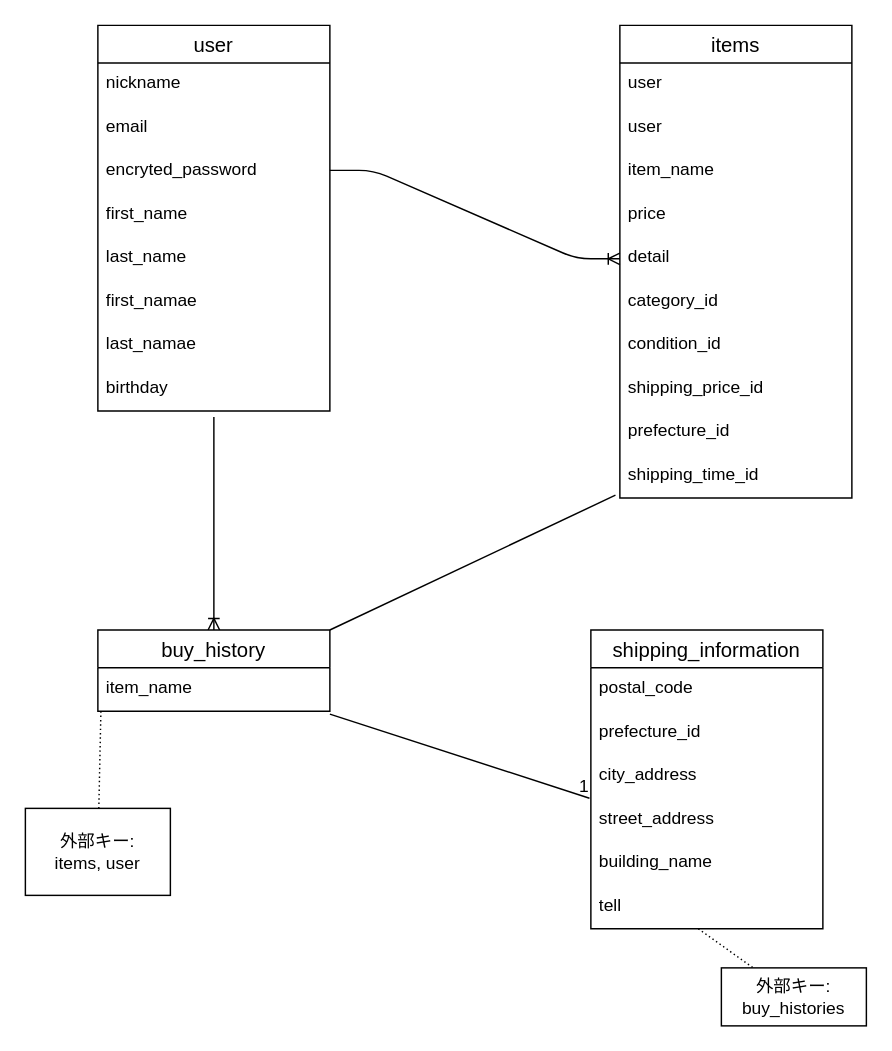
This is furima-39595.dio from Natsuki-1004/furima-39595, a draw.io file, before an edit. Source tidied: cells renumbered, new cells numbered last; positions are measured from the earlier drawing's top-left corner, leaving out a move shared by most shapes. Both pictures are drawn from the tidied source at 145%, with x=0, y=0 at pixel (25, 25).
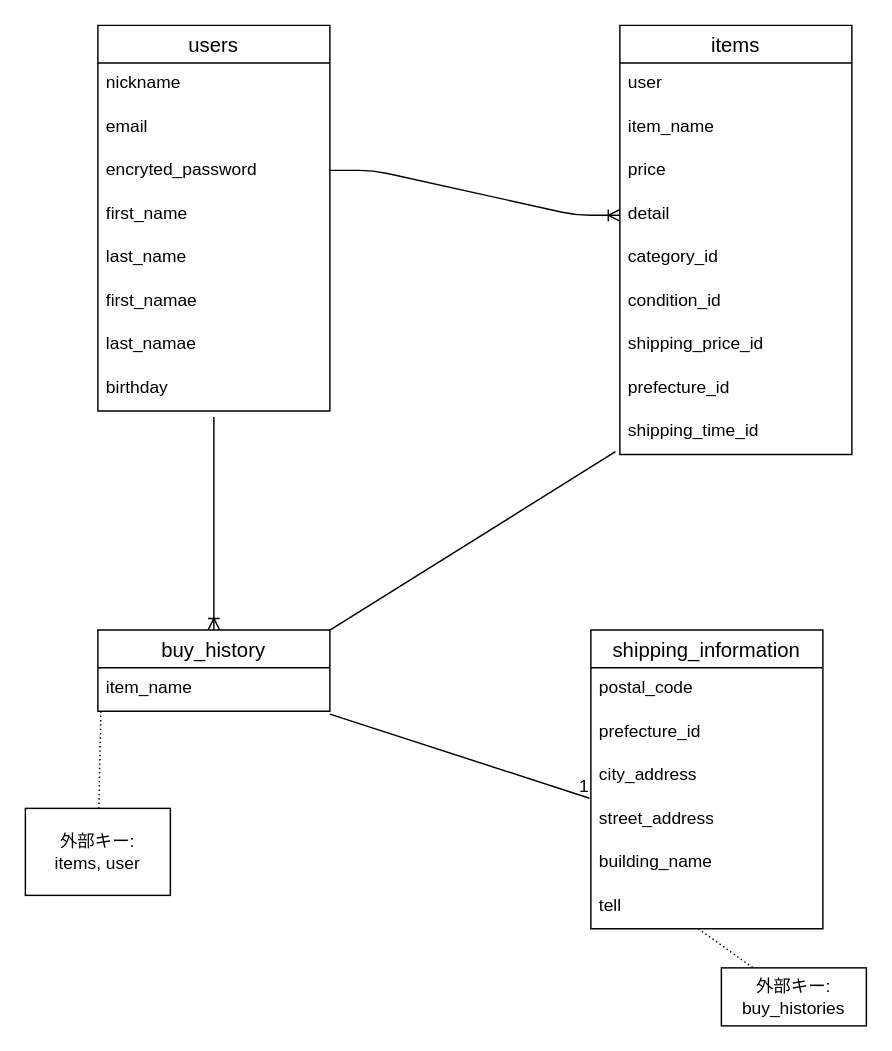
The same diagram, later.

Change to the diagram source:
```diff
@@
-    <mxCell id="2" value="user" style="swimlane;fontStyle=0;horizontal=1;startSize=26;align=center;fontSize=14;" parent="1" vertex="1">
+    <mxCell id="2" value="users" style="swimlane;fontStyle=0;horizontal=1;startSize=26;align=center;fontSize=14;" parent="1" vertex="1">
       <mxGeometry x="50" width="160" height="266" as="geometry" />
     </mxCell>
@@
     <mxCell id="12" value="items" style="swimlane;fontStyle=0;horizontal=1;startSize=26;align=center;fontSize=14;" parent="1" vertex="1">
-      <mxGeometry x="410" width="160" height="326" as="geometry" />
+      <mxGeometry x="410" width="160" height="296" as="geometry" />
     </mxCell>
@@
-    <mxCell id="14" value="user&#10;" style="text;strokeColor=none;fillColor=none;spacingLeft=4;spacingRight=4;overflow=hidden;fontSize=12;" parent="12" vertex="1">
-      <mxGeometry y="56" width="160" height="30" as="geometry" />
-    </mxCell>
     <mxCell id="15" value="item_name" style="text;strokeColor=none;fillColor=none;spacingLeft=4;spacingRight=4;overflow=hidden;fontSize=12;" parent="12" vertex="1">
-      <mxGeometry y="86" width="160" height="30" as="geometry" />
+      <mxGeometry y="56" width="160" height="30" as="geometry" />
     </mxCell>
     <mxCell id="16" value="price" style="text;strokeColor=none;fillColor=none;spacingLeft=4;spacingRight=4;overflow=hidden;fontSize=12;" parent="12" vertex="1">
-      <mxGeometry y="116" width="160" height="30" as="geometry" />
+      <mxGeometry y="86" width="160" height="30" as="geometry" />
     </mxCell>
     <mxCell id="17" value="detail&#10;" style="text;strokeColor=none;fillColor=none;spacingLeft=4;spacingRight=4;overflow=hidden;points=[[0,0.5],[1,0.5]];portConstraint=eastwest;fontSize=12;" parent="12" vertex="1">
-      <mxGeometry y="146" width="160" height="30" as="geometry" />
+      <mxGeometry y="116" width="160" height="30" as="geometry" />
     </mxCell>
     <mxCell id="18" value="category_id" style="text;strokeColor=none;fillColor=none;spacingLeft=4;spacingRight=4;overflow=hidden;fontSize=12;" parent="12" vertex="1">
-      <mxGeometry y="176" width="160" height="30" as="geometry" />
+      <mxGeometry y="146" width="160" height="30" as="geometry" />
     </mxCell>
     <mxCell id="19" value="condition_id" style="text;strokeColor=none;fillColor=none;spacingLeft=4;spacingRight=4;overflow=hidden;fontSize=12;" parent="12" vertex="1">
-      <mxGeometry y="206" width="160" height="30" as="geometry" />
+      <mxGeometry y="176" width="160" height="30" as="geometry" />
     </mxCell>
     <mxCell id="20" value="shipping_price_id" style="text;strokeColor=none;fillColor=none;spacingLeft=4;spacingRight=4;overflow=hidden;fontSize=12;" parent="12" vertex="1">
-      <mxGeometry y="236" width="160" height="30" as="geometry" />
+      <mxGeometry y="206" width="160" height="30" as="geometry" />
     </mxCell>
     <mxCell id="21" value="prefecture_id" style="text;strokeColor=none;fillColor=none;spacingLeft=4;spacingRight=4;overflow=hidden;fontSize=12;" parent="12" vertex="1">
-      <mxGeometry y="266" width="160" height="30" as="geometry" />
+      <mxGeometry y="236" width="160" height="30" as="geometry" />
     </mxCell>
     <mxCell id="22" value="shipping_time_id" style="text;strokeColor=none;fillColor=none;spacingLeft=4;spacingRight=4;overflow=hidden;points=[[0,0.5],[1,0.5]];portConstraint=eastwest;fontSize=12;" parent="12" vertex="1">
-      <mxGeometry y="296" width="160" height="30" as="geometry" />
+      <mxGeometry y="266" width="160" height="30" as="geometry" />
     </mxCell>
```
